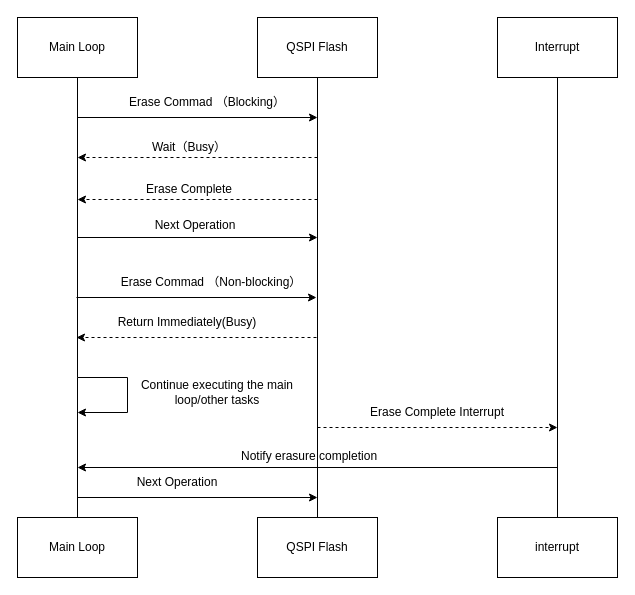
This is page "第 2 页" (2 of 4) of 小论文.drawio from WHUT-LHT/hello-world, a draw.io file, before an edit. Source tidied: cells renumbered, new cells numbered last; positions are measured from the earlier drawing's top-left corner, leaving out a move shared by most shapes. Both pictures are drawn from the tidied source at 100%, with x=0, y=0 at pixel (17, 17).
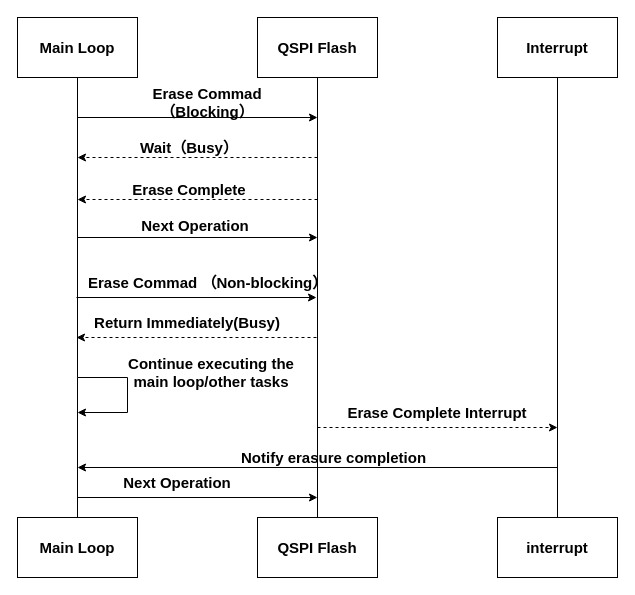
Above is the later version.

Diff of the diagram source:
```diff
@@
-    <mxCell id="2" style="edgeStyle=orthogonalEdgeStyle;rounded=0;jettySize=auto;html=1;exitX=0.5;exitY=1;exitDx=0;exitDy=0;entryX=0.5;entryY=0;entryDx=0;entryDy=0;strokeColor=default;endArrow=none;endFill=0;" parent="1" edge="1" source="3" target="8">
+    <mxCell id="2" style="edgeStyle=orthogonalEdgeStyle;rounded=0;jettySize=auto;html=1;exitX=0.5;exitY=1;exitDx=0;exitDy=0;entryX=0.5;entryY=0;entryDx=0;entryDy=0;strokeColor=default;endArrow=none;endFill=0;fontSize=15;fontStyle=1;" parent="1" edge="1" source="3" target="8">
       <mxGeometry relative="1" as="geometry">
         <Array as="points">
           <mxPoint x="60" y="360" />
           <mxPoint x="60" y="360" />
         </Array>
       </mxGeometry>
     </mxCell>
-    <mxCell id="3" value="Main Loop" style="rounded=0;whiteSpace=wrap;html=1;" parent="1" vertex="1">
+    <mxCell id="3" value="Main Loop" style="rounded=0;whiteSpace=wrap;html=1;fontSize=15;fontStyle=1;" parent="1" vertex="1">
       <mxGeometry width="120" height="60" as="geometry" />
     </mxCell>
-    <mxCell id="4" style="edgeStyle=orthogonalEdgeStyle;rounded=0;jettySize=auto;html=1;exitX=0.5;exitY=1;exitDx=0;exitDy=0;entryX=0.5;entryY=0;entryDx=0;entryDy=0;endArrow=none;endFill=0;" parent="1" edge="1" source="5" target="9">
+    <mxCell id="4" style="edgeStyle=orthogonalEdgeStyle;rounded=0;jettySize=auto;html=1;exitX=0.5;exitY=1;exitDx=0;exitDy=0;entryX=0.5;entryY=0;entryDx=0;entryDy=0;endArrow=none;endFill=0;fontSize=15;fontStyle=1;" parent="1" edge="1" source="5" target="9">
       <mxGeometry relative="1" as="geometry" />
     </mxCell>
-    <mxCell id="5" value="QSPI Flash" style="rounded=0;whiteSpace=wrap;html=1;" parent="1" vertex="1">
+    <mxCell id="5" value="QSPI Flash" style="rounded=0;whiteSpace=wrap;html=1;fontSize=15;fontStyle=1;" parent="1" vertex="1">
       <mxGeometry x="240" width="120" height="60" as="geometry" />
     </mxCell>
-    <mxCell id="6" style="edgeStyle=orthogonalEdgeStyle;rounded=0;jettySize=auto;html=1;exitX=0.5;exitY=1;exitDx=0;exitDy=0;entryX=0.5;entryY=0;entryDx=0;entryDy=0;endArrow=none;endFill=0;" parent="1" edge="1" source="7" target="10">
+    <mxCell id="6" style="edgeStyle=orthogonalEdgeStyle;rounded=0;jettySize=auto;html=1;exitX=0.5;exitY=1;exitDx=0;exitDy=0;entryX=0.5;entryY=0;entryDx=0;entryDy=0;endArrow=none;endFill=0;fontSize=15;fontStyle=1;" parent="1" edge="1" source="7" target="10">
       <mxGeometry relative="1" as="geometry" />
     </mxCell>
-    <mxCell id="7" value="Interrupt" style="rounded=0;whiteSpace=wrap;html=1;" parent="1" vertex="1">
+    <mxCell id="7" value="Interrupt" style="rounded=0;whiteSpace=wrap;html=1;fontSize=15;fontStyle=1;" parent="1" vertex="1">
       <mxGeometry x="480" width="120" height="60" as="geometry" />
     </mxCell>
-    <mxCell id="8" value="Main Loop" style="rounded=0;whiteSpace=wrap;html=1;" parent="1" vertex="1">
+    <mxCell id="8" value="Main Loop" style="rounded=0;whiteSpace=wrap;html=1;fontSize=15;fontStyle=1;" parent="1" vertex="1">
       <mxGeometry y="500" width="120" height="60" as="geometry" />
     </mxCell>
-    <mxCell id="9" value="QSPI Flash" style="rounded=0;whiteSpace=wrap;html=1;" parent="1" vertex="1">
+    <mxCell id="9" value="QSPI Flash" style="rounded=0;whiteSpace=wrap;html=1;fontSize=15;fontStyle=1;" parent="1" vertex="1">
       <mxGeometry x="240" y="500" width="120" height="60" as="geometry" />
     </mxCell>
-    <mxCell id="10" value="interrupt" style="rounded=0;whiteSpace=wrap;html=1;" parent="1" vertex="1">
+    <mxCell id="10" value="interrupt" style="rounded=0;whiteSpace=wrap;html=1;fontSize=15;fontStyle=1;" parent="1" vertex="1">
       <mxGeometry x="480" y="500" width="120" height="60" as="geometry" />
     </mxCell>
-    <mxCell id="11" style="endArrow=classic;html=1;rounded=0;" parent="1" edge="1">
+    <mxCell id="11" style="endArrow=classic;html=1;rounded=0;fontSize=15;fontStyle=1;" parent="1" edge="1">
       <mxGeometry relative="1" as="geometry">
         <mxPoint x="60" y="100" as="sourcePoint" />
         <mxPoint x="300" y="100" as="targetPoint" />
       </mxGeometry>
     </mxCell>
-    <mxCell id="12" value="Erase Commad （Blocking）" style="text;html=1;align=center;verticalAlign=middle;whiteSpace=wrap;rounded=0;" parent="1" vertex="1">
+    <mxCell id="12" value="Erase Commad （Blocking）" style="text;html=1;align=center;verticalAlign=middle;whiteSpace=wrap;rounded=0;fontSize=15;fontStyle=1;" parent="1" vertex="1">
       <mxGeometry x="90" y="70" width="200" height="30" as="geometry" />
     </mxCell>
-    <mxCell id="13" style="endArrow=classic;html=1;rounded=0;dashed=1;" parent="1" edge="1">
+    <mxCell id="13" style="endArrow=classic;html=1;rounded=0;dashed=1;fontSize=15;fontStyle=1;" parent="1" edge="1">
       <mxGeometry relative="1" as="geometry">
         <mxPoint x="300" y="140" as="sourcePoint" />
         <mxPoint x="60" y="140" as="targetPoint" />
       </mxGeometry>
     </mxCell>
-    <mxCell id="14" value="Wait（Busy）" style="text;html=1;align=center;verticalAlign=middle;whiteSpace=wrap;rounded=0;" parent="1" vertex="1">
+    <mxCell id="14" value="Wait（Busy）" style="text;html=1;align=center;verticalAlign=middle;whiteSpace=wrap;rounded=0;fontSize=15;fontStyle=1;" parent="1" vertex="1">
       <mxGeometry x="72" y="115" width="200" height="30" as="geometry" />
     </mxCell>
-    <mxCell id="15" style="endArrow=classic;html=1;rounded=0;dashed=1;" parent="1" edge="1">
+    <mxCell id="15" style="endArrow=classic;html=1;rounded=0;dashed=1;fontSize=15;fontStyle=1;" parent="1" edge="1">
       <mxGeometry relative="1" as="geometry">
         <mxPoint x="300" y="182" as="sourcePoint" />
         <mxPoint x="60" y="182" as="targetPoint" />
       </mxGeometry>
     </mxCell>
-    <mxCell id="16" value="Erase Complete" style="text;html=1;align=center;verticalAlign=middle;whiteSpace=wrap;rounded=0;" parent="1" vertex="1">
+    <mxCell id="16" value="Erase Complete" style="text;html=1;align=center;verticalAlign=middle;whiteSpace=wrap;rounded=0;fontSize=15;fontStyle=1;" parent="1" vertex="1">
       <mxGeometry x="72" y="157" width="200" height="30" as="geometry" />
     </mxCell>
-    <mxCell id="17" style="endArrow=classic;html=1;rounded=0;" parent="1" edge="1">
+    <mxCell id="17" style="endArrow=classic;html=1;rounded=0;fontSize=15;fontStyle=1;" parent="1" edge="1">
       <mxGeometry relative="1" as="geometry">
         <mxPoint x="60" y="220" as="sourcePoint" />
         <mxPoint x="300" y="220" as="targetPoint" />
       </mxGeometry>
     </mxCell>
-    <mxCell id="18" value="Next Operation" style="text;html=1;align=center;verticalAlign=middle;whiteSpace=wrap;rounded=0;" parent="1" vertex="1">
+    <mxCell id="18" value="Next Operation" style="text;html=1;align=center;verticalAlign=middle;whiteSpace=wrap;rounded=0;fontSize=15;fontStyle=1;" parent="1" vertex="1">
       <mxGeometry x="78" y="193" width="200" height="30" as="geometry" />
     </mxCell>
-    <mxCell id="19" value="Erase Commad （Non-blocking）" style="text;html=1;align=center;verticalAlign=middle;whiteSpace=wrap;rounded=0;" parent="1" vertex="1">
-      <mxGeometry x="94" y="250" width="200" height="30" as="geometry" />
+    <mxCell id="19" value="Erase Commad （Non-blocking）" style="text;html=1;align=center;verticalAlign=middle;whiteSpace=wrap;rounded=0;fontSize=15;fontStyle=1;" parent="1" vertex="1">
+      <mxGeometry x="70" y="250" width="234" height="30" as="geometry" />
     </mxCell>
-    <mxCell id="20" style="endArrow=classic;html=1;rounded=0;" parent="1" edge="1">
+    <mxCell id="20" style="endArrow=classic;html=1;rounded=0;fontSize=15;fontStyle=1;" parent="1" edge="1">
       <mxGeometry relative="1" as="geometry">
         <mxPoint x="59" y="280" as="sourcePoint" />
         <mxPoint x="299" y="280" as="targetPoint" />
       </mxGeometry>
     </mxCell>
-    <mxCell id="21" style="endArrow=classic;html=1;rounded=0;dashed=1;" parent="1" edge="1">
+    <mxCell id="21" style="endArrow=classic;html=1;rounded=0;dashed=1;fontSize=15;fontStyle=1;" parent="1" edge="1">
       <mxGeometry relative="1" as="geometry">
         <mxPoint x="299" y="320" as="sourcePoint" />
         <mxPoint x="59" y="320" as="targetPoint" />
       </mxGeometry>
     </mxCell>
-    <mxCell id="22" value="Return Immediately(Busy)" style="text;html=1;align=center;verticalAlign=middle;whiteSpace=wrap;rounded=0;" parent="1" vertex="1">
+    <mxCell id="22" value="Return Immediately(Busy)" style="text;html=1;align=center;verticalAlign=middle;whiteSpace=wrap;rounded=0;fontSize=15;fontStyle=1;" parent="1" vertex="1">
       <mxGeometry x="70" y="290" width="200" height="30" as="geometry" />
     </mxCell>
-    <mxCell id="23" style="endArrow=classic;html=1;rounded=0;edgeStyle=elbowEdgeStyle;" parent="1" edge="1">
+    <mxCell id="23" style="endArrow=classic;html=1;rounded=0;edgeStyle=elbowEdgeStyle;fontSize=15;fontStyle=1;" parent="1" edge="1">
       <mxGeometry relative="1" as="geometry">
         <mxPoint x="60" y="360" as="sourcePoint" />
         <mxPoint x="60" y="395" as="targetPoint" />
         <Array as="points">
           <mxPoint x="110" y="355" />
         </Array>
       </mxGeometry>
     </mxCell>
-    <mxCell id="24" value="Continue executing the main loop/other tasks" style="text;html=1;align=center;verticalAlign=middle;whiteSpace=wrap;rounded=0;" parent="1" vertex="1">
-      <mxGeometry x="100" y="360" width="200" height="30" as="geometry" />
+    <mxCell id="24" value="Continue executing the main loop/other tasks" style="text;html=1;align=center;verticalAlign=middle;whiteSpace=wrap;rounded=0;fontSize=15;fontStyle=1;" parent="1" vertex="1">
+      <mxGeometry x="94" y="340" width="200" height="30" as="geometry" />
     </mxCell>
-    <mxCell id="25" style="endArrow=classic;html=1;rounded=0;dashed=1;" parent="1" edge="1">
+    <mxCell id="25" style="endArrow=classic;html=1;rounded=0;dashed=1;fontSize=15;fontStyle=1;" parent="1" edge="1">
       <mxGeometry relative="1" as="geometry">
         <mxPoint x="300" y="410" as="sourcePoint" />
         <mxPoint x="540" y="410" as="targetPoint" />
       </mxGeometry>
     </mxCell>
-    <mxCell id="26" value="Erase Complete Interrupt" style="text;html=1;align=center;verticalAlign=middle;whiteSpace=wrap;rounded=0;" parent="1" vertex="1">
+    <mxCell id="26" value="Erase Complete Interrupt" style="text;html=1;align=center;verticalAlign=middle;whiteSpace=wrap;rounded=0;fontSize=15;fontStyle=1;" parent="1" vertex="1">
       <mxGeometry x="320" y="380" width="200" height="30" as="geometry" />
     </mxCell>
-    <mxCell id="27" style="endArrow=classic;html=1;rounded=0;" parent="1" edge="1">
+    <mxCell id="27" style="endArrow=classic;html=1;rounded=0;fontSize=15;fontStyle=1;" parent="1" edge="1">
       <mxGeometry relative="1" as="geometry">
         <mxPoint x="540" y="450" as="sourcePoint" />
         <mxPoint x="60" y="450" as="targetPoint" />
       </mxGeometry>
     </mxCell>
-    <mxCell id="28" value="&lt;div style=&quot;text-align: center;&quot;&gt;&lt;span style=&quot;background-color: transparent;&quot;&gt;Notify erasure completion&lt;/span&gt;&lt;/div&gt;" style="text;whiteSpace=wrap;html=1;" parent="1" vertex="1">
-      <mxGeometry x="222" y="425" width="170" height="40" as="geometry" />
+    <mxCell id="28" value="&lt;div style=&quot;text-align: center;&quot;&gt;&lt;span style=&quot;background-color: transparent;&quot;&gt;Notify erasure completion&lt;/span&gt;&lt;/div&gt;" style="text;whiteSpace=wrap;html=1;fontSize=15;fontStyle=1;" parent="1" vertex="1">
+      <mxGeometry x="222" y="425" width="228" height="40" as="geometry" />
     </mxCell>
-    <mxCell id="29" value="Next Operation" style="text;html=1;align=center;verticalAlign=middle;whiteSpace=wrap;rounded=0;" parent="1" vertex="1">
+    <mxCell id="29" value="Next Operation" style="text;html=1;align=center;verticalAlign=middle;whiteSpace=wrap;rounded=0;fontSize=15;fontStyle=1;" parent="1" vertex="1">
       <mxGeometry x="60" y="450" width="200" height="30" as="geometry" />
     </mxCell>
-    <mxCell id="30" style="endArrow=classic;html=1;rounded=0;" parent="1" edge="1">
+    <mxCell id="30" style="endArrow=classic;html=1;rounded=0;fontSize=15;fontStyle=1;" parent="1" edge="1">
       <mxGeometry relative="1" as="geometry">
         <mxPoint x="60" y="480" as="sourcePoint" />
         <mxPoint x="300" y="480" as="targetPoint" />
       </mxGeometry>
     </mxCell>
```
